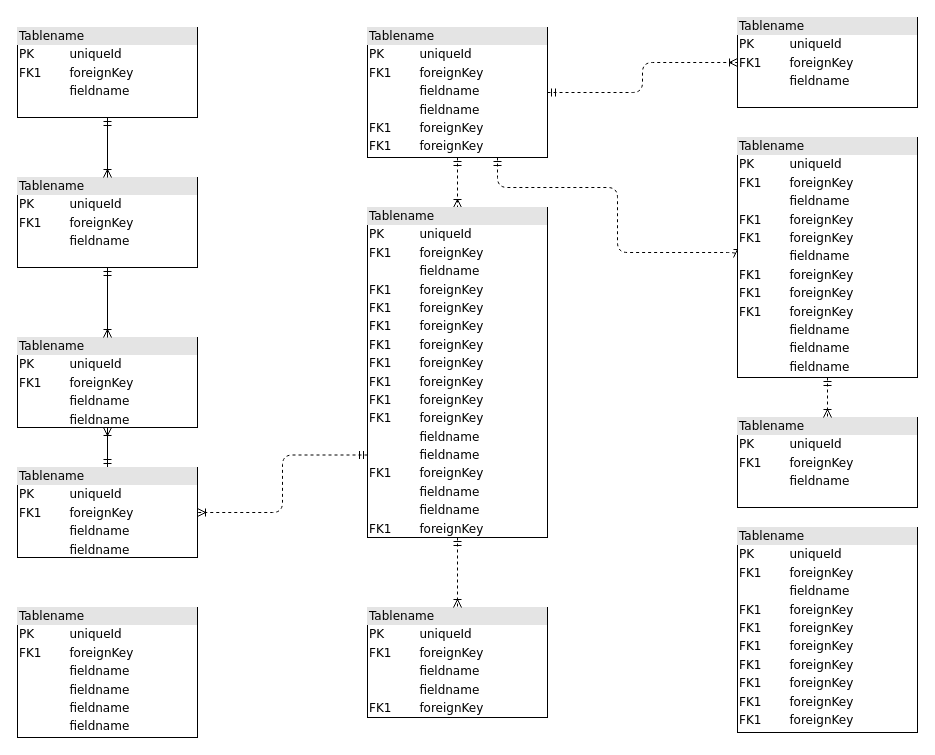
The draw.io diagram metadb_datamodel.drawio in herbzacz/hello-world, before the edit. Source tidied: cells renumbered, new cells numbered last; positions are measured from the earlier drawing's top-left corner, leaving out a move shared by most shapes. Both pictures are drawn from the tidied source at 100%, with x=0, y=0 at pixel (17, 17).
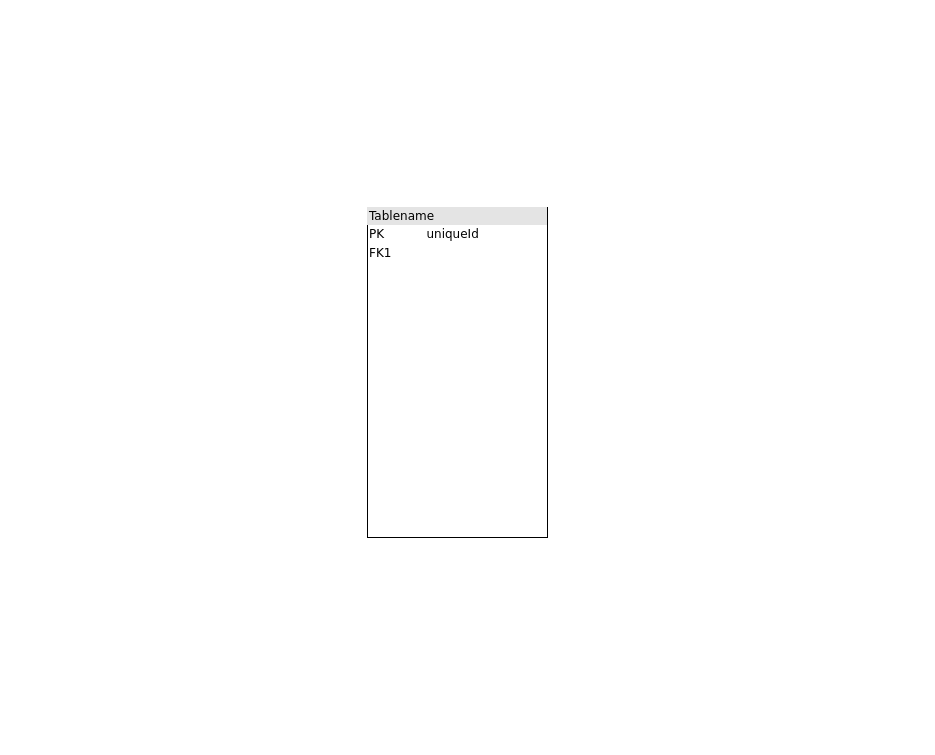
Above is the later version.

The edit, as a diff of the source:
```diff
@@
-    <mxCell id="2" value="&lt;div style=&quot;box-sizing:border-box;width:100%;background:#e4e4e4;padding:2px;&quot;&gt;Tablename&lt;/div&gt;&lt;table style=&quot;width:100%;font-size:1em;&quot; cellpadding=&quot;2&quot; cellspacing=&quot;0&quot;&gt;&lt;tr&gt;&lt;td&gt;PK&lt;/td&gt;&lt;td&gt;uniqueId&lt;/td&gt;&lt;/tr&gt;&lt;tr&gt;&lt;td&gt;FK1&lt;/td&gt;&lt;td&gt;foreignKey&lt;/td&gt;&lt;/tr&gt;&lt;tr&gt;&lt;td&gt;&lt;/td&gt;&lt;td&gt;fieldname&lt;/td&gt;&lt;/tr&gt;&lt;/table&gt;" style="verticalAlign=top;align=left;overflow=fill;html=1;rounded=0;shadow=0;comic=0;labelBackgroundColor=none;strokeWidth=1;fontFamily=Verdana;fontSize=12;" parent="1" vertex="1">
-      <mxGeometry y="10" width="180" height="90" as="geometry" />
-    </mxCell>
-    <mxCell id="3" style="edgeStyle=orthogonalEdgeStyle;html=1;entryX=0.5;entryY=0;dashed=1;labelBackgroundColor=none;startArrow=ERmandOne;endArrow=ERoneToMany;fontFamily=Verdana;fontSize=12;align=left;" parent="1" edge="1" source="6" target="16">
-      <mxGeometry relative="1" as="geometry" />
-    </mxCell>
-    <mxCell id="4" style="edgeStyle=orthogonalEdgeStyle;html=1;dashed=1;labelBackgroundColor=none;startArrow=ERmandOne;endArrow=ERoneToMany;fontFamily=Verdana;fontSize=12;align=left;entryX=0;entryY=0.5;" parent="1" edge="1" source="6" target="19">
-      <mxGeometry relative="1" as="geometry">
-        <Array as="points">
-          <mxPoint x="480" y="170" />
-          <mxPoint x="600" y="170" />
-          <mxPoint x="600" y="235" />
-        </Array>
-      </mxGeometry>
-    </mxCell>
-    <mxCell id="5" style="edgeStyle=orthogonalEdgeStyle;html=1;dashed=1;labelBackgroundColor=none;startArrow=ERmandOne;endArrow=ERoneToMany;fontFamily=Verdana;fontSize=12;align=left;" parent="1" edge="1" source="6" target="20">
-      <mxGeometry relative="1" as="geometry" />
-    </mxCell>
-    <mxCell id="6" value="&lt;div style=&quot;box-sizing: border-box ; width: 100% ; background: #e4e4e4 ; padding: 2px&quot;&gt;Tablename&lt;/div&gt;&lt;table style=&quot;width: 100% ; font-size: 1em&quot; cellpadding=&quot;2&quot; cellspacing=&quot;0&quot;&gt;&lt;tbody&gt;&lt;tr&gt;&lt;td&gt;PK&lt;/td&gt;&lt;td&gt;uniqueId&lt;/td&gt;&lt;/tr&gt;&lt;tr&gt;&lt;td&gt;FK1&lt;/td&gt;&lt;td&gt;foreignKey&lt;/td&gt;&lt;/tr&gt;&lt;tr&gt;&lt;td&gt;&lt;/td&gt;&lt;td&gt;fieldname&lt;/td&gt;&lt;/tr&gt;&lt;tr&gt;&lt;td&gt;&lt;br&gt;&lt;/td&gt;&lt;td&gt;fieldname&lt;br&gt;&lt;/td&gt;&lt;/tr&gt;&lt;tr&gt;&lt;td&gt;FK1&lt;br&gt;&lt;/td&gt;&lt;td&gt;foreignKey&lt;br&gt;&lt;/td&gt;&lt;/tr&gt;&lt;tr&gt;&lt;td&gt;FK1&lt;br&gt;&lt;/td&gt;&lt;td&gt;foreignKey&lt;br&gt;&lt;/td&gt;&lt;/tr&gt;&lt;/tbody&gt;&lt;/table&gt;" style="verticalAlign=top;align=left;overflow=fill;html=1;rounded=0;shadow=0;comic=0;labelBackgroundColor=none;strokeWidth=1;fontFamily=Verdana;fontSize=12;" parent="1" vertex="1">
-      <mxGeometry x="350" y="10" width="180" height="130" as="geometry" />
-    </mxCell>
-    <mxCell id="7" style="edgeStyle=orthogonalEdgeStyle;html=1;labelBackgroundColor=none;startArrow=ERmandOne;endArrow=ERoneToMany;fontFamily=Verdana;fontSize=12;align=left;" parent="1" edge="1" source="9" target="10">
-      <mxGeometry relative="1" as="geometry" />
-    </mxCell>
-    <mxCell id="8" style="edgeStyle=orthogonalEdgeStyle;html=1;exitX=0;exitY=0.75;entryX=1;entryY=0.5;dashed=1;labelBackgroundColor=none;startArrow=ERmandOne;endArrow=ERoneToMany;fontFamily=Verdana;fontSize=12;align=left;" parent="1" edge="1" source="16" target="9">
-      <mxGeometry relative="1" as="geometry" />
-    </mxCell>
-    <mxCell id="9" value="&lt;div style=&quot;box-sizing: border-box ; width: 100% ; background: #e4e4e4 ; padding: 2px&quot;&gt;Tablename&lt;/div&gt;&lt;table style=&quot;width: 100% ; font-size: 1em&quot; cellpadding=&quot;2&quot; cellspacing=&quot;0&quot;&gt;&lt;tbody&gt;&lt;tr&gt;&lt;td&gt;PK&lt;/td&gt;&lt;td&gt;uniqueId&lt;/td&gt;&lt;/tr&gt;&lt;tr&gt;&lt;td&gt;FK1&lt;/td&gt;&lt;td&gt;foreignKey&lt;/td&gt;&lt;/tr&gt;&lt;tr&gt;&lt;td&gt;&lt;/td&gt;&lt;td&gt;fieldname&lt;/td&gt;&lt;/tr&gt;&lt;tr&gt;&lt;td&gt;&lt;br&gt;&lt;/td&gt;&lt;td&gt;fieldname&lt;br&gt;&lt;/td&gt;&lt;/tr&gt;&lt;/tbody&gt;&lt;/table&gt;" style="verticalAlign=top;align=left;overflow=fill;html=1;rounded=0;shadow=0;comic=0;labelBackgroundColor=none;strokeWidth=1;fontFamily=Verdana;fontSize=12;" parent="1" vertex="1">
-      <mxGeometry y="450" width="180" height="90" as="geometry" />
-    </mxCell>
-    <mxCell id="10" value="&lt;div style=&quot;box-sizing: border-box ; width: 100% ; background: #e4e4e4 ; padding: 2px&quot;&gt;Tablename&lt;/div&gt;&lt;table style=&quot;width: 100% ; font-size: 1em&quot; cellpadding=&quot;2&quot; cellspacing=&quot;0&quot;&gt;&lt;tbody&gt;&lt;tr&gt;&lt;td&gt;PK&lt;/td&gt;&lt;td&gt;uniqueId&lt;/td&gt;&lt;/tr&gt;&lt;tr&gt;&lt;td&gt;FK1&lt;/td&gt;&lt;td&gt;foreignKey&lt;/td&gt;&lt;/tr&gt;&lt;tr&gt;&lt;td&gt;&lt;/td&gt;&lt;td&gt;fieldname&lt;/td&gt;&lt;/tr&gt;&lt;tr&gt;&lt;td&gt;&lt;br&gt;&lt;/td&gt;&lt;td&gt;fieldname&lt;br&gt;&lt;/td&gt;&lt;/tr&gt;&lt;/tbody&gt;&lt;/table&gt;" style="verticalAlign=top;align=left;overflow=fill;html=1;rounded=0;shadow=0;comic=0;labelBackgroundColor=none;strokeWidth=1;fontFamily=Verdana;fontSize=12;" parent="1" vertex="1">
-      <mxGeometry y="320" width="180" height="90" as="geometry" />
-    </mxCell>
-    <mxCell id="11" style="edgeStyle=orthogonalEdgeStyle;html=1;entryX=0.5;entryY=0;labelBackgroundColor=none;startArrow=ERmandOne;endArrow=ERoneToMany;fontFamily=Verdana;fontSize=12;align=left;" parent="1" edge="1" source="12" target="10">
-      <mxGeometry relative="1" as="geometry" />
-    </mxCell>
-    <mxCell id="12" value="&lt;div style=&quot;box-sizing:border-box;width:100%;background:#e4e4e4;padding:2px;&quot;&gt;Tablename&lt;/div&gt;&lt;table style=&quot;width:100%;font-size:1em;&quot; cellpadding=&quot;2&quot; cellspacing=&quot;0&quot;&gt;&lt;tr&gt;&lt;td&gt;PK&lt;/td&gt;&lt;td&gt;uniqueId&lt;/td&gt;&lt;/tr&gt;&lt;tr&gt;&lt;td&gt;FK1&lt;/td&gt;&lt;td&gt;foreignKey&lt;/td&gt;&lt;/tr&gt;&lt;tr&gt;&lt;td&gt;&lt;/td&gt;&lt;td&gt;fieldname&lt;/td&gt;&lt;/tr&gt;&lt;/table&gt;" style="verticalAlign=top;align=left;overflow=fill;html=1;rounded=0;shadow=0;comic=0;labelBackgroundColor=none;strokeWidth=1;fontFamily=Verdana;fontSize=12;" parent="1" vertex="1">
-      <mxGeometry y="160" width="180" height="90" as="geometry" />
-    </mxCell>
-    <mxCell id="13" value="&lt;div style=&quot;box-sizing: border-box ; width: 100% ; background: #e4e4e4 ; padding: 2px&quot;&gt;Tablename&lt;/div&gt;&lt;table style=&quot;width: 100% ; font-size: 1em&quot; cellpadding=&quot;2&quot; cellspacing=&quot;0&quot;&gt;&lt;tbody&gt;&lt;tr&gt;&lt;td&gt;PK&lt;/td&gt;&lt;td&gt;uniqueId&lt;/td&gt;&lt;/tr&gt;&lt;tr&gt;&lt;td&gt;FK1&lt;/td&gt;&lt;td&gt;foreignKey&lt;/td&gt;&lt;/tr&gt;&lt;tr&gt;&lt;td&gt;&lt;/td&gt;&lt;td&gt;fieldname&lt;/td&gt;&lt;/tr&gt;&lt;tr&gt;&lt;td&gt;FK1&lt;br&gt;&lt;/td&gt;&lt;td&gt;foreignKey&lt;br&gt;&lt;/td&gt;&lt;/tr&gt;&lt;tr&gt;&lt;td&gt;FK1&lt;br&gt;&lt;/td&gt;&lt;td&gt;foreignKey&lt;br&gt;&lt;/td&gt;&lt;/tr&gt;&lt;tr&gt;&lt;td&gt;FK1&lt;br&gt;&lt;/td&gt;&lt;td&gt;foreignKey&lt;br&gt;&lt;/td&gt;&lt;/tr&gt;&lt;tr&gt;&lt;td&gt;FK1&lt;br&gt;&lt;/td&gt;&lt;td&gt;foreignKey&lt;br&gt;&lt;/td&gt;&lt;/tr&gt;&lt;tr&gt;&lt;td&gt;FK1&lt;br&gt;&lt;/td&gt;&lt;td&gt;foreignKey&lt;br&gt;&lt;/td&gt;&lt;/tr&gt;&lt;tr&gt;&lt;td&gt;FK1&lt;br&gt;&lt;/td&gt;&lt;td&gt;foreignKey&lt;br&gt;&lt;/td&gt;&lt;/tr&gt;&lt;tr&gt;&lt;td&gt;FK1&lt;br&gt;&lt;/td&gt;&lt;td&gt;foreignKey&lt;br&gt;&lt;/td&gt;&lt;/tr&gt;&lt;/tbody&gt;&lt;/table&gt;" style="verticalAlign=top;align=left;overflow=fill;html=1;rounded=0;shadow=0;comic=0;labelBackgroundColor=none;strokeWidth=1;fontFamily=Verdana;fontSize=12;" parent="1" vertex="1">
-      <mxGeometry x="720" y="510" width="180" height="205" as="geometry" />
-    </mxCell>
-    <mxCell id="14" value="&lt;div style=&quot;box-sizing: border-box ; width: 100% ; background: #e4e4e4 ; padding: 2px&quot;&gt;Tablename&lt;/div&gt;&lt;table style=&quot;width: 100% ; font-size: 1em&quot; cellpadding=&quot;2&quot; cellspacing=&quot;0&quot;&gt;&lt;tbody&gt;&lt;tr&gt;&lt;td&gt;PK&lt;/td&gt;&lt;td&gt;uniqueId&lt;/td&gt;&lt;/tr&gt;&lt;tr&gt;&lt;td&gt;FK1&lt;/td&gt;&lt;td&gt;foreignKey&lt;/td&gt;&lt;/tr&gt;&lt;tr&gt;&lt;td&gt;&lt;/td&gt;&lt;td&gt;fieldname&lt;/td&gt;&lt;/tr&gt;&lt;tr&gt;&lt;td&gt;&lt;br&gt;&lt;/td&gt;&lt;td&gt;fieldname&lt;br&gt;&lt;/td&gt;&lt;/tr&gt;&lt;tr&gt;&lt;td&gt;FK1&lt;br&gt;&lt;/td&gt;&lt;td&gt;foreignKey&lt;br&gt;&lt;/td&gt;&lt;/tr&gt;&lt;/tbody&gt;&lt;/table&gt;" style="verticalAlign=top;align=left;overflow=fill;html=1;rounded=0;shadow=0;comic=0;labelBackgroundColor=none;strokeWidth=1;fontFamily=Verdana;fontSize=12;" parent="1" vertex="1">
-      <mxGeometry x="350" y="590" width="180" height="110" as="geometry" />
-    </mxCell>
-    <mxCell id="15" style="edgeStyle=orthogonalEdgeStyle;html=1;entryX=0.5;entryY=0;labelBackgroundColor=none;startArrow=ERmandOne;endArrow=ERoneToMany;fontFamily=Verdana;fontSize=12;align=left;dashed=1;" parent="1" edge="1" source="16" target="14">
-      <mxGeometry relative="1" as="geometry" />
-    </mxCell>
-    <mxCell id="16" value="&lt;div style=&quot;box-sizing: border-box ; width: 100% ; background: #e4e4e4 ; padding: 2px&quot;&gt;Tablename&lt;/div&gt;&lt;table style=&quot;width: 100% ; font-size: 1em&quot; cellpadding=&quot;2&quot; cellspacing=&quot;0&quot;&gt;&lt;tbody&gt;&lt;tr&gt;&lt;td&gt;PK&lt;/td&gt;&lt;td&gt;uniqueId&lt;/td&gt;&lt;/tr&gt;&lt;tr&gt;&lt;td&gt;FK1&lt;/td&gt;&lt;td&gt;foreignKey&lt;/td&gt;&lt;/tr&gt;&lt;tr&gt;&lt;td&gt;&lt;/td&gt;&lt;td&gt;fieldname&lt;/td&gt;&lt;/tr&gt;&lt;tr&gt;&lt;td&gt;FK1&lt;br&gt;&lt;/td&gt;&lt;td&gt;foreignKey&lt;br&gt;&lt;/td&gt;&lt;/tr&gt;&lt;tr&gt;&lt;td&gt;FK1&lt;br&gt;&lt;/td&gt;&lt;td&gt;foreignKey&lt;br&gt;&lt;/td&gt;&lt;/tr&gt;&lt;tr&gt;&lt;td&gt;FK1&lt;br&gt;&lt;/td&gt;&lt;td&gt;foreignKey&lt;br&gt;&lt;/td&gt;&lt;/tr&gt;&lt;tr&gt;&lt;td&gt;FK1&lt;br&gt;&lt;/td&gt;&lt;td&gt;foreignKey&lt;br&gt;&lt;/td&gt;&lt;/tr&gt;&lt;tr&gt;&lt;td&gt;FK1&lt;br&gt;&lt;/td&gt;&lt;td&gt;foreignKey&lt;br&gt;&lt;/td&gt;&lt;/tr&gt;&lt;tr&gt;&lt;td&gt;FK1&lt;br&gt;&lt;/td&gt;&lt;td&gt;foreignKey&lt;br&gt;&lt;/td&gt;&lt;/tr&gt;&lt;tr&gt;&lt;td&gt;FK1&lt;br&gt;&lt;/td&gt;&lt;td&gt;foreignKey&lt;br&gt;&lt;/td&gt;&lt;/tr&gt;&lt;tr&gt;&lt;td&gt;FK1&lt;br&gt;&lt;/td&gt;&lt;td&gt;foreignKey&lt;br&gt;&lt;/td&gt;&lt;/tr&gt;&lt;tr&gt;&lt;td&gt;&lt;br&gt;&lt;/td&gt;&lt;td&gt;fieldname&lt;br&gt;&lt;/td&gt;&lt;/tr&gt;&lt;tr&gt;&lt;td&gt;&lt;br&gt;&lt;/td&gt;&lt;td&gt;fieldname&lt;br&gt;&lt;/td&gt;&lt;/tr&gt;&lt;tr&gt;&lt;td&gt;FK1&lt;br&gt;&lt;/td&gt;&lt;td&gt;foreignKey&lt;br&gt;&lt;/td&gt;&lt;/tr&gt;&lt;tr&gt;&lt;td&gt;&lt;br&gt;&lt;/td&gt;&lt;td&gt;fieldname&lt;br&gt;&lt;/td&gt;&lt;/tr&gt;&lt;tr&gt;&lt;td&gt;&lt;br&gt;&lt;/td&gt;&lt;td&gt;fieldname&lt;br&gt;&lt;/td&gt;&lt;/tr&gt;&lt;tr&gt;&lt;td&gt;FK1&lt;br&gt;&lt;/td&gt;&lt;td&gt;foreignKey&lt;br&gt;&lt;/td&gt;&lt;/tr&gt;&lt;/tbody&gt;&lt;/table&gt;" style="verticalAlign=top;align=left;overflow=fill;html=1;rounded=0;shadow=0;comic=0;labelBackgroundColor=none;strokeWidth=1;fontFamily=Verdana;fontSize=12;" parent="1" vertex="1">
+    <mxCell id="16" value="&lt;div style=&quot;box-sizing: border-box; width: 100%; background: rgb(228, 228, 228); padding: 2px;&quot;&gt;Tablename&lt;/div&gt;&lt;table style=&quot;width: 100% ; font-size: 1em&quot; cellpadding=&quot;2&quot; cellspacing=&quot;0&quot;&gt;&lt;tbody&gt;&lt;tr&gt;&lt;td&gt;PK&lt;/td&gt;&lt;td&gt;uniqueId&lt;/td&gt;&lt;/tr&gt;&lt;tr&gt;&lt;td&gt;FK1&lt;/td&gt;&lt;td&gt;&lt;/td&gt;&lt;/tr&gt;&lt;/tbody&gt;&lt;/table&gt;" style="verticalAlign=top;align=left;overflow=fill;html=1;rounded=0;shadow=0;comic=0;labelBackgroundColor=none;strokeWidth=1;fontFamily=Verdana;fontSize=12;" parent="1" vertex="1">
       <mxGeometry x="350" y="190" width="180" height="330" as="geometry" />
     </mxCell>
-    <mxCell id="17" value="&lt;div style=&quot;box-sizing:border-box;width:100%;background:#e4e4e4;padding:2px;&quot;&gt;Tablename&lt;/div&gt;&lt;table style=&quot;width:100%;font-size:1em;&quot; cellpadding=&quot;2&quot; cellspacing=&quot;0&quot;&gt;&lt;tr&gt;&lt;td&gt;PK&lt;/td&gt;&lt;td&gt;uniqueId&lt;/td&gt;&lt;/tr&gt;&lt;tr&gt;&lt;td&gt;FK1&lt;/td&gt;&lt;td&gt;foreignKey&lt;/td&gt;&lt;/tr&gt;&lt;tr&gt;&lt;td&gt;&lt;/td&gt;&lt;td&gt;fieldname&lt;/td&gt;&lt;/tr&gt;&lt;/table&gt;" style="verticalAlign=top;align=left;overflow=fill;html=1;rounded=0;shadow=0;comic=0;labelBackgroundColor=none;strokeWidth=1;fontFamily=Verdana;fontSize=12;" parent="1" vertex="1">
-      <mxGeometry x="720" y="400" width="180" height="90" as="geometry" />
-    </mxCell>
-    <mxCell id="18" style="edgeStyle=orthogonalEdgeStyle;html=1;entryX=0.5;entryY=0;dashed=1;labelBackgroundColor=none;startArrow=ERmandOne;endArrow=ERoneToMany;fontFamily=Verdana;fontSize=12;align=left;" parent="1" edge="1" source="19" target="17">
-      <mxGeometry relative="1" as="geometry" />
-    </mxCell>
-    <mxCell id="19" value="&lt;div style=&quot;box-sizing: border-box ; width: 100% ; background: #e4e4e4 ; padding: 2px&quot;&gt;Tablename&lt;/div&gt;&lt;table style=&quot;width: 100% ; font-size: 1em&quot; cellpadding=&quot;2&quot; cellspacing=&quot;0&quot;&gt;&lt;tbody&gt;&lt;tr&gt;&lt;td&gt;PK&lt;/td&gt;&lt;td&gt;uniqueId&lt;/td&gt;&lt;/tr&gt;&lt;tr&gt;&lt;td&gt;FK1&lt;/td&gt;&lt;td&gt;foreignKey&lt;/td&gt;&lt;/tr&gt;&lt;tr&gt;&lt;td&gt;&lt;/td&gt;&lt;td&gt;fieldname&lt;/td&gt;&lt;/tr&gt;&lt;tr&gt;&lt;td&gt;FK1&lt;br&gt;&lt;/td&gt;&lt;td&gt;foreignKey&lt;br&gt;&lt;/td&gt;&lt;/tr&gt;&lt;tr&gt;&lt;td&gt;FK1&lt;br&gt;&lt;/td&gt;&lt;td&gt;foreignKey&lt;br&gt;&lt;/td&gt;&lt;/tr&gt;&lt;tr&gt;&lt;td&gt;&lt;br&gt;&lt;/td&gt;&lt;td&gt;fieldname&lt;br&gt;&lt;/td&gt;&lt;/tr&gt;&lt;tr&gt;&lt;td&gt;FK1&lt;br&gt;&lt;/td&gt;&lt;td&gt;foreignKey&lt;br&gt;&lt;/td&gt;&lt;/tr&gt;&lt;tr&gt;&lt;td&gt;FK1&lt;br&gt;&lt;/td&gt;&lt;td&gt;foreignKey&lt;br&gt;&lt;/td&gt;&lt;/tr&gt;&lt;tr&gt;&lt;td&gt;FK1&lt;br&gt;&lt;/td&gt;&lt;td&gt;foreignKey&lt;br&gt;&lt;/td&gt;&lt;/tr&gt;&lt;tr&gt;&lt;td&gt;&lt;br&gt;&lt;/td&gt;&lt;td&gt;fieldname&lt;br&gt;&lt;/td&gt;&lt;/tr&gt;&lt;tr&gt;&lt;td&gt;&lt;br&gt;&lt;/td&gt;&lt;td&gt;fieldname&lt;br&gt;&lt;/td&gt;&lt;/tr&gt;&lt;tr&gt;&lt;td&gt;&lt;br&gt;&lt;/td&gt;&lt;td&gt;fieldname&lt;br&gt;&lt;/td&gt;&lt;/tr&gt;&lt;/tbody&gt;&lt;/table&gt;" style="verticalAlign=top;align=left;overflow=fill;html=1;rounded=0;shadow=0;comic=0;labelBackgroundColor=none;strokeWidth=1;fontFamily=Verdana;fontSize=12;" parent="1" vertex="1">
-      <mxGeometry x="720" y="120" width="180" height="240" as="geometry" />
-    </mxCell>
-    <mxCell id="20" value="&lt;div style=&quot;box-sizing:border-box;width:100%;background:#e4e4e4;padding:2px;&quot;&gt;Tablename&lt;/div&gt;&lt;table style=&quot;width:100%;font-size:1em;&quot; cellpadding=&quot;2&quot; cellspacing=&quot;0&quot;&gt;&lt;tr&gt;&lt;td&gt;PK&lt;/td&gt;&lt;td&gt;uniqueId&lt;/td&gt;&lt;/tr&gt;&lt;tr&gt;&lt;td&gt;FK1&lt;/td&gt;&lt;td&gt;foreignKey&lt;/td&gt;&lt;/tr&gt;&lt;tr&gt;&lt;td&gt;&lt;/td&gt;&lt;td&gt;fieldname&lt;/td&gt;&lt;/tr&gt;&lt;/table&gt;" style="verticalAlign=top;align=left;overflow=fill;html=1;rounded=0;shadow=0;comic=0;labelBackgroundColor=none;strokeWidth=1;fontFamily=Verdana;fontSize=12;" parent="1" vertex="1">
-      <mxGeometry x="720" width="180" height="90" as="geometry" />
-    </mxCell>
-    <mxCell id="21" value="&lt;div style=&quot;box-sizing: border-box ; width: 100% ; background: #e4e4e4 ; padding: 2px&quot;&gt;Tablename&lt;/div&gt;&lt;table style=&quot;width: 100% ; font-size: 1em&quot; cellpadding=&quot;2&quot; cellspacing=&quot;0&quot;&gt;&lt;tbody&gt;&lt;tr&gt;&lt;td&gt;PK&lt;/td&gt;&lt;td&gt;uniqueId&lt;/td&gt;&lt;/tr&gt;&lt;tr&gt;&lt;td&gt;FK1&lt;/td&gt;&lt;td&gt;foreignKey&lt;/td&gt;&lt;/tr&gt;&lt;tr&gt;&lt;td&gt;&lt;/td&gt;&lt;td&gt;fieldname&lt;/td&gt;&lt;/tr&gt;&lt;tr&gt;&lt;td&gt;&lt;br&gt;&lt;/td&gt;&lt;td&gt;fieldname&lt;br&gt;&lt;/td&gt;&lt;/tr&gt;&lt;tr&gt;&lt;td&gt;&lt;br&gt;&lt;/td&gt;&lt;td&gt;fieldname&lt;br&gt;&lt;/td&gt;&lt;/tr&gt;&lt;tr&gt;&lt;td&gt;&lt;br&gt;&lt;/td&gt;&lt;td&gt;fieldname&lt;br&gt;&lt;/td&gt;&lt;/tr&gt;&lt;/tbody&gt;&lt;/table&gt;" style="verticalAlign=top;align=left;overflow=fill;html=1;rounded=0;shadow=0;comic=0;labelBackgroundColor=none;strokeWidth=1;fontFamily=Verdana;fontSize=12;" parent="1" vertex="1">
-      <mxGeometry y="590" width="180" height="130" as="geometry" />
-    </mxCell>
-    <mxCell id="22" style="edgeStyle=orthogonalEdgeStyle;html=1;endArrow=ERoneToMany;startArrow=ERmandOne;labelBackgroundColor=none;fontFamily=Verdana;fontSize=12;align=left;exitX=0.5;exitY=1;entryX=0.5;entryY=0;" parent="1" edge="1" source="2" target="12">
-      <mxGeometry relative="1" as="geometry" />
-    </mxCell>
```
